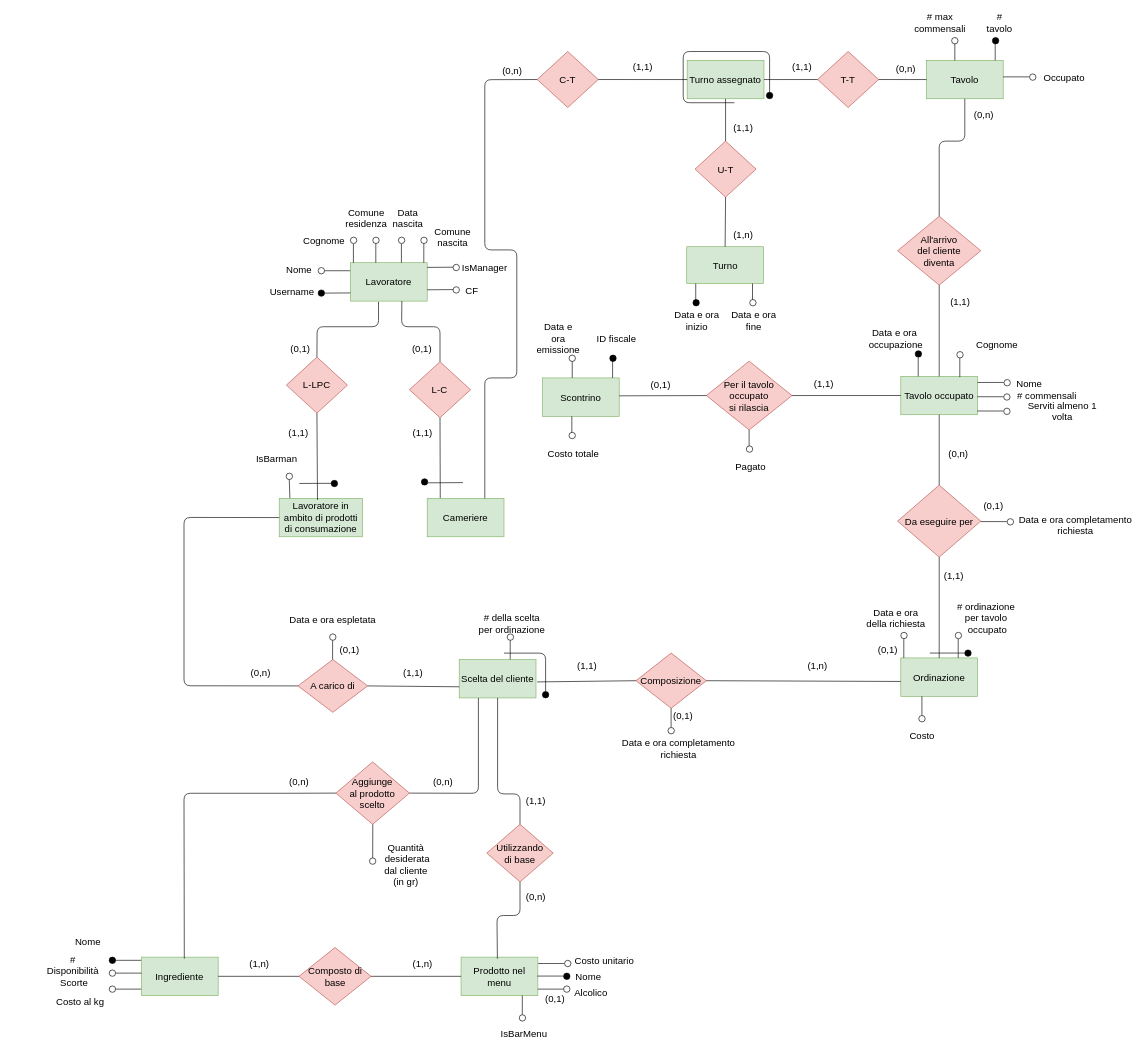
StefanoBelli/pizzeria keeps this draw.io diagram as RERD/RERD_EditableDiagram.drawio. Above is the earlier version. Source tidied: cells renumbered, new cells numbered last; positions are measured from the earlier drawing's top-left corner, leaving out a move shared by most shapes. Both pictures are drawn from the tidied source at 64%, with x=0, y=0 at pixel (11, 16).
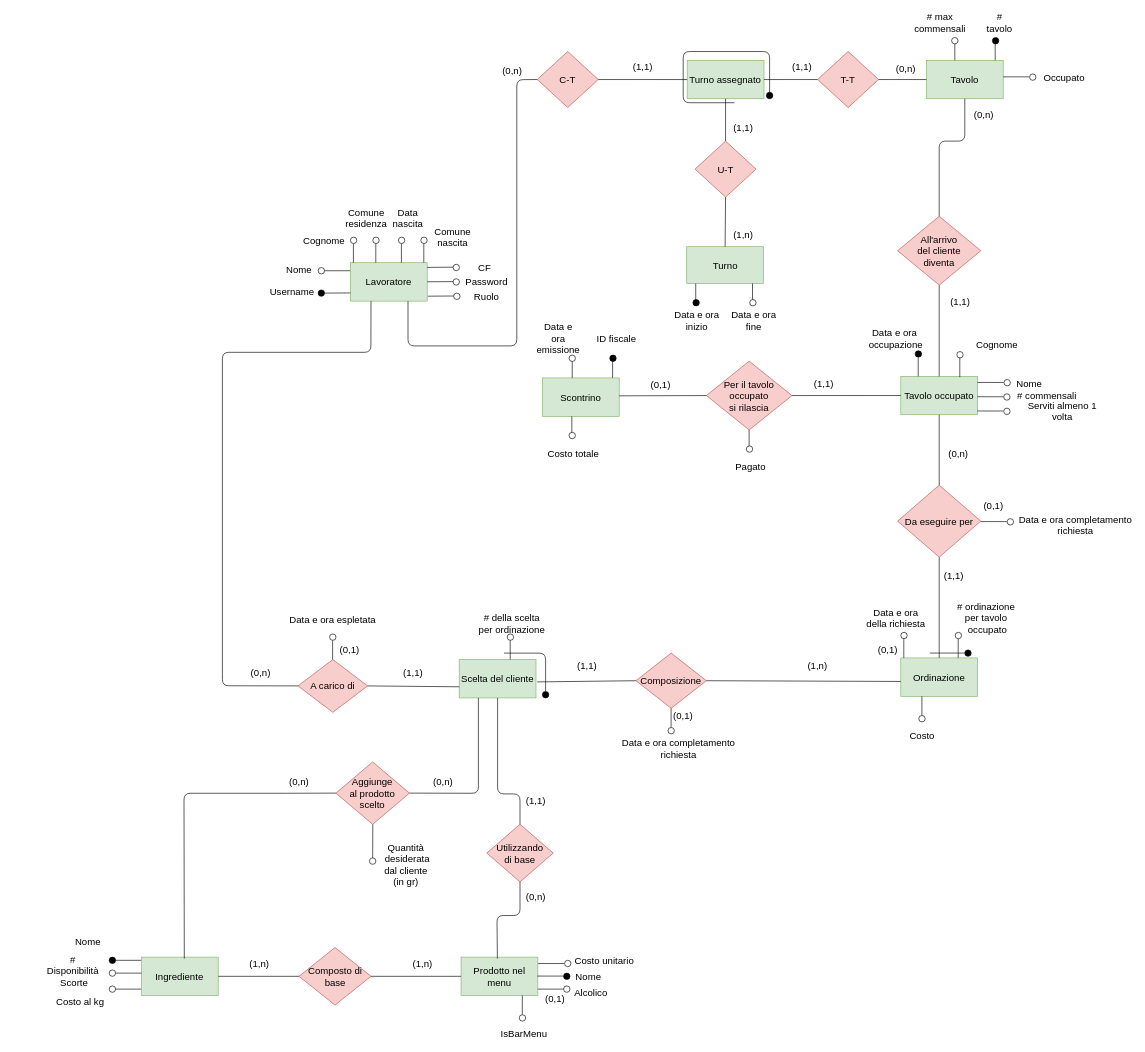
Above is the later version.

Unchanged cells that the change refers to:
```xml
<mxCell id="4" value="Lavoratore" style="rounded=0;whiteSpace=wrap;html=1;fontSize=15;fillColor=#d5e8d4;strokeColor=#82b366;" parent="1" vertex="1">
  <mxGeometry x="530" y="385" width="120" height="60" as="geometry" />
</mxCell>
<mxCell id="11" value="A carico di" style="rhombus;whiteSpace=wrap;html=1;fontSize=15;fillColor=#f8cecc;strokeColor=#b85450;" parent="1" vertex="1">
  <mxGeometry x="448.1" y="1005" width="108.8" height="82.5" as="geometry" />
</mxCell>
<mxCell id="152" value="C-T" style="rhombus;whiteSpace=wrap;html=1;fontSize=15;fillColor=#f8cecc;strokeColor=#b85450;" parent="1" vertex="1">
  <mxGeometry x="821.9" y="55" width="95.4" height="87.5" as="geometry" />
</mxCell>
```

Diff of the diagram source:
```diff
@@
-    <mxCell id="3" value="Cameriere" style="rounded=0;whiteSpace=wrap;html=1;fontSize=15;fillColor=#d5e8d4;strokeColor=#82b366;" parent="1" vertex="1">
-      <mxGeometry x="650" y="753.2" width="120" height="60" as="geometry" />
-    </mxCell>
@@
-    <mxCell id="5" value="Lavoratore in ambito di prodotti di consumazione" style="rounded=0;whiteSpace=wrap;html=1;fontSize=15;fillColor=#d5e8d4;strokeColor=#82b366;" parent="1" vertex="1">
-      <mxGeometry x="418.8" y="753.2" width="130" height="60" as="geometry" />
-    </mxCell>
-    <mxCell id="6" style="endArrow=none;html=1;exitX=0.75;exitY=0;exitDx=0;exitDy=0;entryX=0;entryY=0.5;entryDx=0;entryDy=0;" parent="1" edge="1" source="3" target="152">
-      <mxGeometry relative="1" as="geometry">
-        <Array as="points">
-          <mxPoint x="740" y="565" />
-          <mxPoint x="790" y="565" />
-          <mxPoint x="790" y="365" />
-          <mxPoint x="740" y="365" />
-          <mxPoint x="740" y="99" />
-        </Array>
-      </mxGeometry>
-    </mxCell>
@@
-    <mxCell id="12" style="endArrow=none;html=1;fillColor=#000000;entryX=0;entryY=0.5;entryDx=0;entryDy=0;exitX=0;exitY=0.5;exitDx=0;exitDy=0;" parent="1" edge="1" source="11" target="5">
-      <mxGeometry relative="1" as="geometry">
-        <Array as="points">
-          <mxPoint x="270" y="1046" />
-          <mxPoint x="270" y="783" />
-        </Array>
-      </mxGeometry>
-    </mxCell>
@@
     <mxCell id="189" style="ellipse;whiteSpace=wrap;html=1;fontSize=15;" parent="1" vertex="1">
-      <mxGeometry x="690.4" y="422.5" width="10" height="10" as="geometry" />
+      <mxGeometry x="690.4" y="410" width="10" height="10" as="geometry" />
     </mxCell>
-    <mxCell id="190" value="CF" style="text;html=1;strokeColor=none;fillColor=none;align=center;verticalAlign=middle;whiteSpace=wrap;rounded=0;fontSize=15;" parent="1" vertex="1">
-      <mxGeometry x="700.4" y="417.5" width="40" height="20" as="geometry" />
+    <mxCell id="190" value="&lt;div&gt;Password&lt;/div&gt;" style="text;html=1;strokeColor=none;fillColor=none;align=center;verticalAlign=middle;whiteSpace=wrap;rounded=0;fontSize=15;" parent="1" vertex="1">
+      <mxGeometry x="722.5" y="405" width="40" height="20" as="geometry" />
     </mxCell>
     <mxCell id="191" style="endArrow=none;html=1;fillColor=#000000;entryX=1;entryY=0.5;entryDx=0;entryDy=0;exitX=0.003;exitY=0.828;exitDx=0;exitDy=0;exitPerimeter=0;fontSize=15;" parent="1" edge="1">
       <mxGeometry relative="1" as="geometry">
-        <mxPoint x="690.4" y="427" as="sourcePoint" />
-        <mxPoint x="650" y="427.3" as="targetPoint" />
+        <mxPoint x="690.4" y="414.5" as="sourcePoint" />
+        <mxPoint x="650" y="414.8" as="targetPoint" />
       </mxGeometry>
     </mxCell>
@@
-    <mxCell id="193" value="IsManager" style="text;html=1;strokeColor=none;fillColor=none;align=center;verticalAlign=middle;whiteSpace=wrap;rounded=0;fontSize=15;" parent="1" vertex="1">
+    <mxCell id="193" value="CF" style="text;html=1;strokeColor=none;fillColor=none;align=center;verticalAlign=middle;whiteSpace=wrap;rounded=0;fontSize=15;" parent="1" vertex="1">
       <mxGeometry x="720" y="382.5" width="40" height="20" as="geometry" />
     </mxCell>
@@
-    <mxCell id="195" style="endArrow=none;html=1;fillColor=#000000;fontSize=15;exitX=0.128;exitY=-0.005;exitDx=0;exitDy=0;exitPerimeter=0;" parent="1" edge="1" source="5">
-      <mxGeometry relative="1" as="geometry">
-        <mxPoint x="434.4" y="719.9" as="targetPoint" />
-      </mxGeometry>
-    </mxCell>
-    <mxCell id="196" style="ellipse;whiteSpace=wrap;html=1;fontSize=15;" parent="1" vertex="1">
-      <mxGeometry x="429.6" y="713.8" width="10" height="10" as="geometry" />
-    </mxCell>
-    <mxCell id="197" value="IsBarman" style="text;html=1;strokeColor=none;fillColor=none;align=center;verticalAlign=middle;whiteSpace=wrap;rounded=0;fontSize=15;" parent="1" vertex="1">
-      <mxGeometry x="389.6" y="681.2" width="50" height="20" as="geometry" />
-    </mxCell>
-    <mxCell id="198" value="L-LPC" style="rhombus;whiteSpace=wrap;html=1;fontSize=15;fillColor=#f8cecc;strokeColor=#b85450;" parent="1" vertex="1">
-      <mxGeometry x="430" y="532.5" width="95.4" height="87.5" as="geometry" />
-    </mxCell>
-    <mxCell id="199" value="L-C" style="rhombus;whiteSpace=wrap;html=1;fontSize=15;fillColor=#f8cecc;strokeColor=#b85450;" parent="1" vertex="1">
-      <mxGeometry x="622.3" y="539.7" width="95.4" height="87.5" as="geometry" />
-    </mxCell>
-    <mxCell id="200" style="endArrow=none;html=1;entryX=0.366;entryY=1.018;entryDx=0;entryDy=0;entryPerimeter=0;exitX=0.5;exitY=0;exitDx=0;exitDy=0;" parent="1" edge="1" source="198" target="4">
-      <mxGeometry relative="1" as="geometry">
-        <Array as="points">
-          <mxPoint x="478" y="485" />
-          <mxPoint x="574" y="485" />
-        </Array>
-      </mxGeometry>
-    </mxCell>
-    <mxCell id="201" style="endArrow=none;html=1;entryX=0.5;entryY=1;entryDx=0;entryDy=0;exitX=0.46;exitY=0.04;exitDx=0;exitDy=0;exitPerimeter=0;" parent="1" edge="1" source="5" target="198">
-      <mxGeometry relative="1" as="geometry" />
-    </mxCell>
-    <mxCell id="202" style="endArrow=none;html=1;entryX=0.67;entryY=0.998;entryDx=0;entryDy=0;entryPerimeter=0;exitX=0.5;exitY=0;exitDx=0;exitDy=0;" parent="1" edge="1" source="199" target="4">
-      <mxGeometry relative="1" as="geometry">
-        <Array as="points">
-          <mxPoint x="670" y="485" />
-          <mxPoint x="610" y="485" />
-        </Array>
-      </mxGeometry>
-    </mxCell>
-    <mxCell id="203" style="endArrow=none;html=1;entryX=0.5;entryY=1;entryDx=0;entryDy=0;exitX=0.17;exitY=-0.006;exitDx=0;exitDy=0;exitPerimeter=0;" parent="1" edge="1" source="3" target="199">
-      <mxGeometry relative="1" as="geometry" />
-    </mxCell>
-    <mxCell id="204" style="endArrow=none;html=1;" parent="1" edge="1">
-      <mxGeometry relative="1" as="geometry">
-        <mxPoint x="650.9" y="728.9" as="sourcePoint" />
-        <mxPoint x="705.9" y="728.6" as="targetPoint" />
-      </mxGeometry>
-    </mxCell>
-    <mxCell id="205" style="ellipse;whiteSpace=wrap;html=1;fontSize=15;fillColor=#000000;" parent="1" vertex="1">
-      <mxGeometry x="640.9" y="722.5" width="10" height="10" as="geometry" />
-    </mxCell>
-    <mxCell id="206" style="endArrow=none;html=1;" parent="1" edge="1">
-      <mxGeometry relative="1" as="geometry">
-        <mxPoint x="450.2" y="729.9" as="sourcePoint" />
-        <mxPoint x="505.2" y="729.7" as="targetPoint" />
-      </mxGeometry>
-    </mxCell>
-    <mxCell id="207" style="ellipse;whiteSpace=wrap;html=1;fontSize=15;fillColor=#000000;" parent="1" vertex="1">
-      <mxGeometry x="500" y="725" width="10" height="10" as="geometry" />
-    </mxCell>
@@
-    <mxCell id="212" value="(1,1)" style="text;html=1;strokeColor=none;fillColor=none;align=center;verticalAlign=middle;whiteSpace=wrap;rounded=0;fontSize=15;" parent="1" vertex="1">
-      <mxGeometry x="623.4" y="640" width="40" height="20" as="geometry" />
-    </mxCell>
-    <mxCell id="213" value="(0,1)" style="text;html=1;strokeColor=none;fillColor=none;align=center;verticalAlign=middle;whiteSpace=wrap;rounded=0;fontSize=15;" parent="1" vertex="1">
-      <mxGeometry x="622.3" y="509.3" width="40" height="20" as="geometry" />
-    </mxCell>
-    <mxCell id="214" value="(0,1)" style="text;html=1;strokeColor=none;fillColor=none;align=center;verticalAlign=middle;whiteSpace=wrap;rounded=0;fontSize=15;" parent="1" vertex="1">
-      <mxGeometry x="431.9" y="509.3" width="40" height="20" as="geometry" />
-    </mxCell>
-    <mxCell id="215" value="(1,1)" style="text;html=1;strokeColor=none;fillColor=none;align=center;verticalAlign=middle;whiteSpace=wrap;rounded=0;fontSize=15;" parent="1" vertex="1">
-      <mxGeometry x="428.8" y="640" width="40" height="20" as="geometry" />
-    </mxCell>
@@
+    <mxCell id="217" style="ellipse;whiteSpace=wrap;html=1;fontSize=15;" parent="1" vertex="1">
+      <mxGeometry x="691.3" y="432.5" width="10" height="10" as="geometry" />
+    </mxCell>
+    <mxCell id="218" value="Ruolo" style="text;html=1;strokeColor=none;fillColor=none;align=center;verticalAlign=middle;whiteSpace=wrap;rounded=0;fontSize=15;" parent="1" vertex="1">
+      <mxGeometry x="723.4" y="427.5" width="40" height="20" as="geometry" />
+    </mxCell>
+    <mxCell id="219" style="endArrow=none;html=1;fillColor=#000000;entryX=1;entryY=0.5;entryDx=0;entryDy=0;exitX=0.003;exitY=0.828;exitDx=0;exitDy=0;exitPerimeter=0;fontSize=15;" parent="1" edge="1">
+      <mxGeometry relative="1" as="geometry">
+        <mxPoint x="691.3" y="437" as="sourcePoint" />
+        <mxPoint x="650.9" y="437.3" as="targetPoint" />
+      </mxGeometry>
+    </mxCell>
+    <mxCell id="220" style="endArrow=none;html=1;exitX=0;exitY=0.5;exitDx=0;exitDy=0;" parent="1" edge="1" source="11">
+      <mxGeometry relative="1" as="geometry">
+        <mxPoint x="562.2" y="445" as="targetPoint" />
+        <Array as="points">
+          <mxPoint x="330" y="1046" />
+          <mxPoint x="330" y="525" />
+          <mxPoint x="562" y="525" />
+        </Array>
+      </mxGeometry>
+    </mxCell>
+    <mxCell id="221" style="endArrow=none;html=1;entryX=0;entryY=0.5;entryDx=0;entryDy=0;exitX=0.75;exitY=1;exitDx=0;exitDy=0;" parent="1" edge="1" source="4" target="152">
+      <mxGeometry relative="1" as="geometry">
+        <Array as="points">
+          <mxPoint x="620" y="515" />
+          <mxPoint x="790" y="515" />
+          <mxPoint x="790" y="99" />
+        </Array>
+      </mxGeometry>
+    </mxCell>
```
